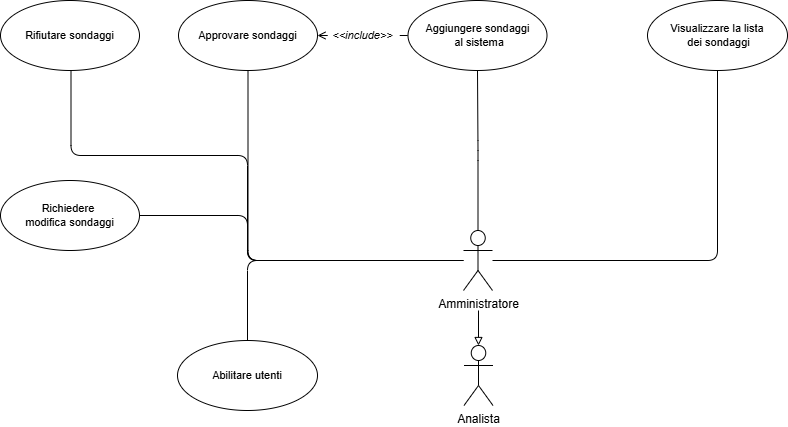
This is deliverable/images/UseCase_diagrams/Amministratore.drawio.png from lucafano04/progettoIngenieriaSoftware, a draw.io export, as it was before one commit. Source tidied: cells renumbered, new cells last; positions are measured from the earlier drawing's top-left corner, leaving out a move shared by most shapes.
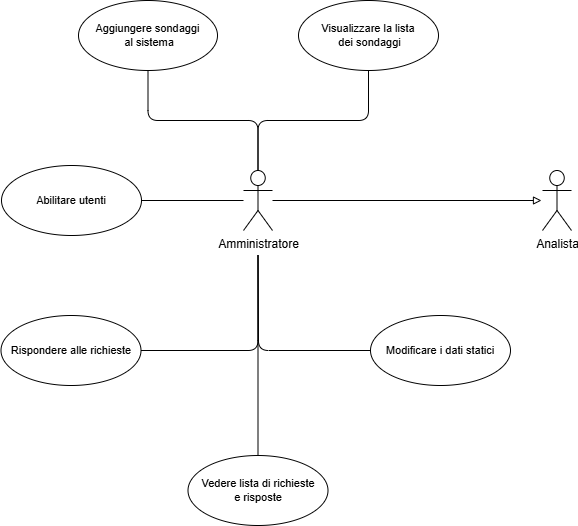
Later version of the same file.

The edit, as a diff of the source:
```diff
@@ -3,44 +3,30 @@
     <mxCell id="0" />
     <mxCell id="1" parent="0" />
     <mxCell id="2" value="Analista" style="shape=umlActor;verticalLabelPosition=bottom;verticalAlign=top;html=1;outlineConnect=0;" parent="1" vertex="1">
-      <mxGeometry x="463.5" y="345" width="29" height="60" as="geometry" />
+      <mxGeometry x="762" y="230" width="29" height="60" as="geometry" />
     </mxCell>
-    <mxCell id="3" style="edgeStyle=orthogonalEdgeStyle;shape=connector;curved=0;rounded=1;jettySize=auto;html=1;strokeColor=default;align=center;verticalAlign=middle;fontFamily=Helvetica;fontSize=11;fontColor=default;labelBackgroundColor=default;endArrow=block;endFill=0;startArrow=none;startFill=0;entryX=0.5;entryY=0;entryDx=0;entryDy=0;entryPerimeter=0;" parent="1" edge="1" target="2">
-      <mxGeometry relative="1" as="geometry">
-        <mxPoint x="478" y="310" as="sourcePoint" />
-      </mxGeometry>
-    </mxCell>
+    <mxCell id="18" style="edgeStyle=orthogonalEdgeStyle;shape=connector;curved=0;rounded=1;jettySize=auto;html=1;strokeColor=default;align=center;verticalAlign=middle;fontFamily=Helvetica;fontSize=11;fontColor=default;labelBackgroundColor=default;endArrow=block;endFill=0;startArrow=none;startFill=0;" parent="1" edge="1" source="10">
+      <mxGeometry relative="1" as="geometry">
+        <mxPoint x="761" y="260" as="targetPoint" />
+      </mxGeometry>
+    </mxCell>
     <mxCell id="4" style="edgeStyle=orthogonalEdgeStyle;shape=connector;curved=0;rounded=1;jettySize=auto;html=1;entryX=0.5;entryY=1;entryDx=0;entryDy=0;strokeColor=default;align=center;verticalAlign=middle;fontFamily=Helvetica;fontSize=11;fontColor=default;labelBackgroundColor=default;endArrow=none;endFill=0;" parent="1" edge="1" source="10" target="12">
-      <mxGeometry relative="1" as="geometry" />
+      <mxGeometry relative="1" as="geometry">
+        <Array as="points">
+          <mxPoint x="478" y="180" />
+          <mxPoint x="588" y="180" />
+        </Array>
+      </mxGeometry>
     </mxCell>
     <mxCell id="5" style="edgeStyle=orthogonalEdgeStyle;shape=connector;curved=0;rounded=1;jettySize=auto;html=1;entryX=0.5;entryY=1;entryDx=0;entryDy=0;strokeColor=default;align=center;verticalAlign=middle;fontFamily=Helvetica;fontSize=11;fontColor=default;labelBackgroundColor=default;endArrow=none;endFill=0;" parent="1" edge="1" source="10" target="11">
-      <mxGeometry relative="1" as="geometry" />
+      <mxGeometry relative="1" as="geometry">
+        <Array as="points">
+          <mxPoint x="478" y="180" />
+          <mxPoint x="368" y="180" />
+          <mxPoint x="368" y="130" />
+        </Array>
+      </mxGeometry>
     </mxCell>
-    <mxCell id="6" style="edgeStyle=orthogonalEdgeStyle;shape=connector;curved=0;rounded=1;jettySize=auto;html=1;strokeColor=default;align=center;verticalAlign=middle;fontFamily=Helvetica;fontSize=11;fontColor=default;labelBackgroundColor=default;endArrow=none;endFill=0;" parent="1" edge="1" source="10" target="14">
-      <mxGeometry relative="1" as="geometry" />
-    </mxCell>
-    <mxCell id="7" style="edgeStyle=orthogonalEdgeStyle;shape=connector;curved=0;rounded=1;orthogonalLoop=1;jettySize=auto;html=1;entryX=0.5;entryY=1;entryDx=0;entryDy=0;strokeColor=default;align=center;verticalAlign=middle;fontFamily=Helvetica;fontSize=11;fontColor=default;labelBackgroundColor=default;endArrow=none;endFill=0;" parent="1" edge="1">
-      <mxGeometry relative="1" as="geometry">
-        <mxPoint x="457" y="260" as="sourcePoint" />
-        <mxPoint x="70.5" y="70" as="targetPoint" />
-        <Array as="points">
-          <mxPoint x="247" y="260" />
-          <mxPoint x="247" y="155" />
-          <mxPoint x="70" y="155" />
-          <mxPoint x="70" y="70" />
-        </Array>
-      </mxGeometry>
-    </mxCell>
-    <mxCell id="8" style="edgeStyle=orthogonalEdgeStyle;shape=connector;curved=0;rounded=1;orthogonalLoop=1;jettySize=auto;html=1;entryX=1;entryY=0.5;entryDx=0;entryDy=0;strokeColor=default;align=center;verticalAlign=middle;fontFamily=Helvetica;fontSize=11;fontColor=default;labelBackgroundColor=default;endArrow=none;endFill=0;" parent="1" edge="1">
-      <mxGeometry relative="1" as="geometry">
-        <mxPoint x="457" y="260" as="sourcePoint" />
-        <mxPoint x="134" y="215" as="targetPoint" />
-        <Array as="points">
-          <mxPoint x="247" y="260" />
-          <mxPoint x="247" y="215" />
-        </Array>
-      </mxGeometry>
-    </mxCell>
     <mxCell id="9" style="edgeStyle=orthogonalEdgeStyle;shape=connector;curved=0;rounded=1;jettySize=auto;html=1;strokeColor=default;align=center;verticalAlign=middle;fontFamily=Helvetica;fontSize=11;fontColor=default;labelBackgroundColor=default;endArrow=none;endFill=0;" parent="1" edge="1" source="10" target="17">
       <mxGeometry relative="1" as="geometry" />
     </mxCell>
@@ -48,25 +34,40 @@
       <mxGeometry x="463" y="230" width="29" height="60" as="geometry" />
     </mxCell>
     <mxCell id="11" value="Aggiungere sondaggi&lt;div&gt;&amp;nbsp;al sistema&lt;/div&gt;" style="ellipse;whiteSpace=wrap;html=1;fontFamily=Helvetica;fontSize=11;fontColor=default;labelBackgroundColor=default;" parent="1" vertex="1">
-      <mxGeometry x="407.5" width="139" height="70" as="geometry" />
+      <mxGeometry x="298" y="60" width="139" height="70" as="geometry" />
     </mxCell>
     <mxCell id="12" value="Visualizzare la lista&lt;div&gt;&amp;nbsp;dei sondaggi&lt;/div&gt;" style="ellipse;whiteSpace=wrap;html=1;fontFamily=Helvetica;fontSize=11;fontColor=default;labelBackgroundColor=default;" parent="1" vertex="1">
-      <mxGeometry x="647" width="140" height="70" as="geometry" />
+      <mxGeometry x="518" y="60" width="140" height="70" as="geometry" />
     </mxCell>
-    <mxCell id="13" value="&amp;lt;&amp;lt;include&amp;gt;&amp;gt;" style="edgeStyle=orthogonalEdgeStyle;shape=connector;curved=0;rounded=1;jettySize=auto;html=1;strokeColor=default;align=center;verticalAlign=middle;fontFamily=Helvetica;fontSize=11;fontColor=default;labelBackgroundColor=default;endArrow=none;endFill=0;dashed=1;dashPattern=8 8;startArrow=open;startFill=0;fontStyle=2;" parent="1" edge="1" source="14" target="11">
-      <mxGeometry relative="1" as="geometry" />
-    </mxCell>
-    <mxCell id="14" value="Approvare sondaggi" style="ellipse;whiteSpace=wrap;html=1;fontFamily=Helvetica;fontSize=11;fontColor=default;labelBackgroundColor=default;" parent="1" vertex="1">
-      <mxGeometry x="178" width="139" height="70" as="geometry" />
-    </mxCell>
-    <mxCell id="15" value="Rifiutare sondaggi" style="ellipse;whiteSpace=wrap;html=1;fontFamily=Helvetica;fontSize=11;fontColor=default;labelBackgroundColor=default;" parent="1" vertex="1">
-      <mxGeometry width="139" height="70" as="geometry" />
-    </mxCell>
-    <mxCell id="16" value="Richiedere&amp;nbsp;&lt;div&gt;modifica sondaggi&lt;/div&gt;" style="ellipse;whiteSpace=wrap;html=1;fontFamily=Helvetica;fontSize=11;fontColor=default;labelBackgroundColor=default;" parent="1" vertex="1">
-      <mxGeometry y="180" width="139" height="70" as="geometry" />
-    </mxCell>
+    <mxCell id="19" style="edgeStyle=orthogonalEdgeStyle;shape=connector;curved=0;rounded=1;jettySize=auto;html=1;strokeColor=default;align=center;verticalAlign=middle;fontFamily=Helvetica;fontSize=11;fontColor=default;labelBackgroundColor=default;endArrow=none;endFill=0;exitX=0;exitY=0.5;exitDx=0;exitDy=0;" parent="1" edge="1" source="20">
+      <mxGeometry relative="1" as="geometry">
+        <mxPoint x="477.5" y="315" as="targetPoint" />
+      </mxGeometry>
+    </mxCell>
+    <mxCell id="20" value="Modificare i dati statici" style="ellipse;whiteSpace=wrap;html=1;fontFamily=Helvetica;fontSize=11;fontColor=default;labelBackgroundColor=default;" parent="1" vertex="1">
+      <mxGeometry x="590" y="375" width="140" height="70" as="geometry" />
+    </mxCell>
+    <mxCell id="21" style="edgeStyle=orthogonalEdgeStyle;shape=connector;curved=0;rounded=1;jettySize=auto;html=1;strokeColor=default;align=center;verticalAlign=middle;fontFamily=Helvetica;fontSize=11;fontColor=default;labelBackgroundColor=default;endArrow=none;endFill=0;exitX=0.5;exitY=0;exitDx=0;exitDy=0;" parent="1" edge="1" source="22">
+      <mxGeometry relative="1" as="geometry">
+        <mxPoint x="477.5" y="315" as="targetPoint" />
+      </mxGeometry>
+    </mxCell>
+    <mxCell id="22" value="Vedere lista di richieste&lt;div&gt;e risposte&lt;/div&gt;" style="ellipse;whiteSpace=wrap;html=1;fontFamily=Helvetica;fontSize=11;fontColor=default;labelBackgroundColor=default;" parent="1" vertex="1">
+      <mxGeometry x="407.5" y="515" width="140" height="70" as="geometry" />
+    </mxCell>
+    <mxCell id="23" style="edgeStyle=orthogonalEdgeStyle;shape=connector;curved=0;rounded=1;jettySize=auto;html=1;strokeColor=default;align=center;verticalAlign=middle;fontFamily=Helvetica;fontSize=11;fontColor=default;labelBackgroundColor=default;endArrow=none;endFill=0;exitX=1;exitY=0.5;exitDx=0;exitDy=0;" parent="1" edge="1" source="24">
+      <mxGeometry relative="1" as="geometry">
+        <mxPoint x="477.5" y="315" as="targetPoint" />
+        <Array as="points">
+          <mxPoint x="478" y="410" />
+        </Array>
+      </mxGeometry>
+    </mxCell>
+    <mxCell id="24" value="Rispondere alle richieste" style="ellipse;whiteSpace=wrap;html=1;fontFamily=Helvetica;fontSize=11;fontColor=default;labelBackgroundColor=default;" parent="1" vertex="1">
+      <mxGeometry x="220.5" y="375" width="140" height="70" as="geometry" />
+    </mxCell>
     <mxCell id="17" value="Abilitare utenti" style="ellipse;whiteSpace=wrap;html=1;fontFamily=Helvetica;fontSize=11;fontColor=default;labelBackgroundColor=default;" parent="1" vertex="1">
-      <mxGeometry x="177" y="340" width="140" height="70" as="geometry" />
+      <mxGeometry x="221" y="225" width="140" height="70" as="geometry" />
     </mxCell>
   </root>
 </mxGraphModel>
```
